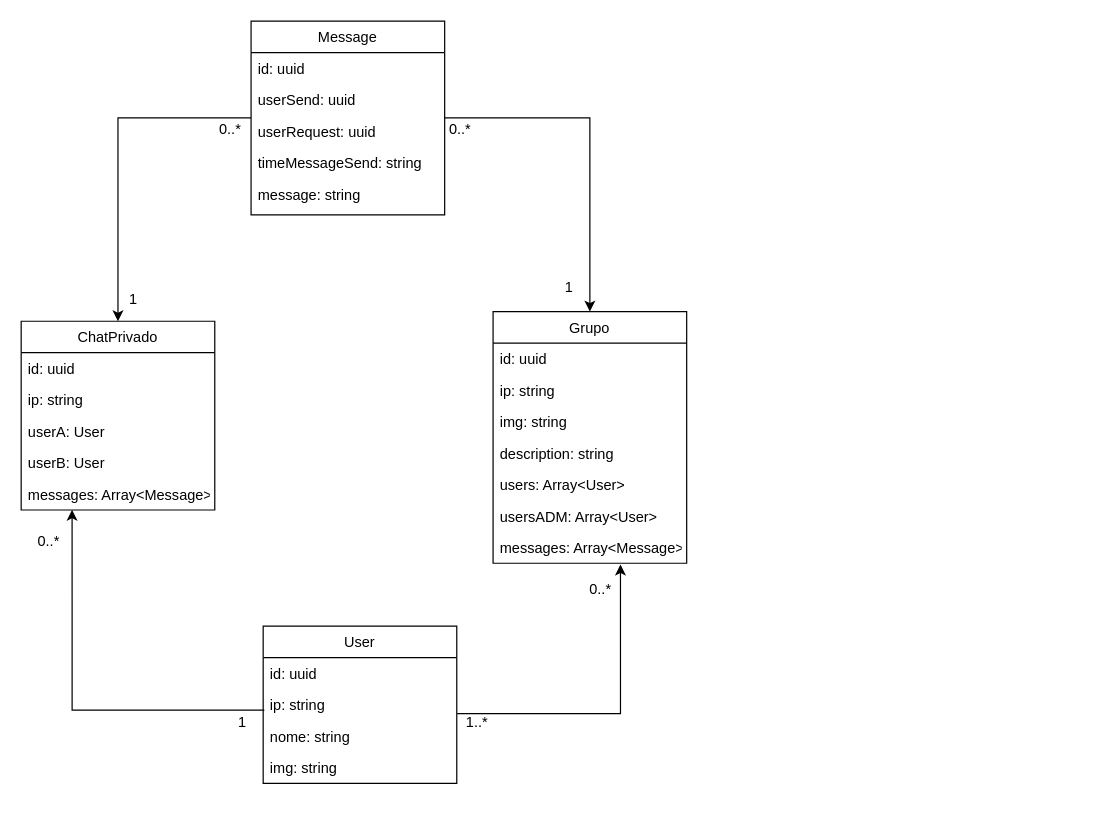
Earlier version of the draw.io diagram Diagrama sem nome.drawio (rafaelomodei/chat-socket). Source tidied: cells renumbered, new cells numbered last; positions are measured from the earlier drawing's top-left corner, leaving out a move shared by most shapes. Both pictures are drawn from the tidied source at 121%, with x=0, y=0 at pixel (21, 21).
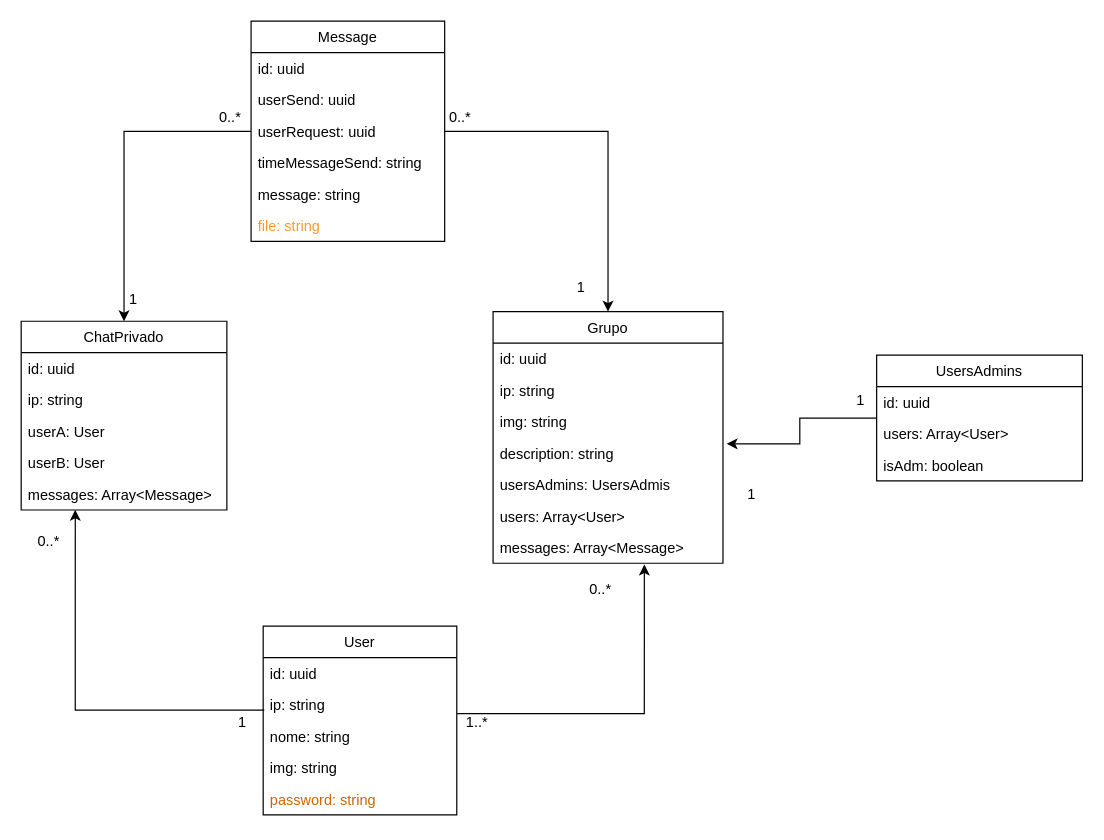
After the change.

What changed in the source:
```diff
@@
     <mxCell id="4" value="User" style="swimlane;fontStyle=0;align=center;verticalAlign=top;horizontal=1;startSize=26;rounded=0;shadow=0;strokeWidth=1;" parent="1" vertex="1">
-      <mxGeometry x="200" y="500" width="160" height="130" as="geometry" />
+      <mxGeometry x="200" y="500" width="160" height="156" as="geometry" />
     </mxCell>
@@
+    <mxCell id="39" value="password: string" style="text;align=left;verticalAlign=top;spacingLeft=4;spacingRight=4;overflow=hidden;fontColor=#CC6600;" parent="4" vertex="1">
+      <mxGeometry y="130" width="160" height="26" as="geometry" />
+    </mxCell>
     <mxCell id="9" value="ChatPrivado" style="swimlane;fontStyle=0;align=center;verticalAlign=top;horizontal=1;startSize=26;rounded=0;shadow=0;strokeWidth=1;" parent="1" vertex="1">
-      <mxGeometry y="248" width="160" height="156" as="geometry" />
+      <mxGeometry y="248" width="170" height="156" as="geometry" />
     </mxCell>
     <mxCell id="10" value="id: uuid" style="text;align=left;verticalAlign=top;spacingLeft=4;spacingRight=4;overflow=hidden;" parent="9" vertex="1">
-      <mxGeometry y="26" width="160" height="26" as="geometry" />
+      <mxGeometry y="26" width="170" height="26" as="geometry" />
     </mxCell>
     <mxCell id="11" value="ip: string" style="text;align=left;verticalAlign=top;spacingLeft=4;spacingRight=4;overflow=hidden;" parent="9" vertex="1">
-      <mxGeometry y="52" width="160" height="26" as="geometry" />
+      <mxGeometry y="52" width="170" height="26" as="geometry" />
     </mxCell>
     <mxCell id="12" value="userA: User" style="text;align=left;verticalAlign=top;spacingLeft=4;spacingRight=4;overflow=hidden;" parent="9" vertex="1">
-      <mxGeometry y="78" width="160" height="26" as="geometry" />
+      <mxGeometry y="78" width="170" height="26" as="geometry" />
     </mxCell>
     <mxCell id="13" value="userB: User" style="text;align=left;verticalAlign=top;spacingLeft=4;spacingRight=4;overflow=hidden;" parent="9" vertex="1">
-      <mxGeometry y="104" width="160" height="26" as="geometry" />
+      <mxGeometry y="104" width="170" height="26" as="geometry" />
     </mxCell>
     <mxCell id="14" value="messages: Array&lt;Message&gt;" style="text;align=left;verticalAlign=top;spacingLeft=4;spacingRight=4;overflow=hidden;points=[[0,0.5],[1,0.5]];portConstraint=eastwest;" parent="9" vertex="1">
-      <mxGeometry y="130" width="160" height="26" as="geometry" />
+      <mxGeometry y="130" width="170" height="26" as="geometry" />
     </mxCell>
@@
     <mxCell id="17" value="Message" style="swimlane;fontStyle=0;align=center;verticalAlign=top;horizontal=1;startSize=26;rounded=0;shadow=0;strokeWidth=1;" parent="1" vertex="1">
-      <mxGeometry x="190" width="160" height="160" as="geometry" />
+      <mxGeometry x="190" width="160" height="182" as="geometry" />
     </mxCell>
@@
+    <mxCell id="40" value="file: string" style="text;align=left;verticalAlign=top;spacingLeft=4;spacingRight=4;overflow=hidden;fontColor=#FF9933;" parent="17" vertex="1">
+      <mxGeometry y="156" width="160" height="26" as="geometry" />
+    </mxCell>
@@
     <mxCell id="26" value="0..*" style="text;html=1;strokeColor=none;fillColor=none;align=center;verticalAlign=middle;whiteSpace=wrap;rounded=0;" parent="1" vertex="1">
-      <mxGeometry x="160" y="80" width="26" height="20" as="geometry" />
+      <mxGeometry x="160" y="70" width="26" height="20" as="geometry" />
     </mxCell>
     <mxCell id="27" value="Grupo" style="swimlane;fontStyle=0;align=center;verticalAlign=top;horizontal=1;startSize=26;rounded=0;shadow=0;strokeWidth=1;" parent="1" vertex="1">
-      <mxGeometry x="390" y="240" width="160" height="208" as="geometry" />
+      <mxGeometry x="390" y="240" width="190" height="208" as="geometry" />
     </mxCell>
     <mxCell id="28" value="id: uuid" style="text;align=left;verticalAlign=top;spacingLeft=4;spacingRight=4;overflow=hidden;" parent="27" vertex="1">
-      <mxGeometry y="26" width="160" height="26" as="geometry" />
+      <mxGeometry y="26" width="190" height="26" as="geometry" />
     </mxCell>
     <mxCell id="29" value="ip: string" style="text;align=left;verticalAlign=top;spacingLeft=4;spacingRight=4;overflow=hidden;" parent="27" vertex="1">
-      <mxGeometry y="52" width="160" height="26" as="geometry" />
+      <mxGeometry y="52" width="190" height="26" as="geometry" />
     </mxCell>
     <mxCell id="30" value="img: string" style="text;align=left;verticalAlign=top;spacingLeft=4;spacingRight=4;overflow=hidden;" parent="27" vertex="1">
-      <mxGeometry y="78" width="160" height="26" as="geometry" />
+      <mxGeometry y="78" width="190" height="26" as="geometry" />
     </mxCell>
     <mxCell id="31" value="description: string" style="text;align=left;verticalAlign=top;spacingLeft=4;spacingRight=4;overflow=hidden;points=[[0,0.5],[1,0.5]];portConstraint=eastwest;" parent="27" vertex="1">
-      <mxGeometry y="104" width="160" height="26" as="geometry" />
+      <mxGeometry y="104" width="190" height="26" as="geometry" />
     </mxCell>
+    <mxCell id="33" value="usersAdmins: UsersAdmis" style="text;align=left;verticalAlign=top;spacingLeft=4;spacingRight=4;overflow=hidden;" parent="27" vertex="1">
+      <mxGeometry y="130" width="190" height="26" as="geometry" />
+    </mxCell>
     <mxCell id="32" value="users: Array&lt;User&gt;" style="text;align=left;verticalAlign=top;spacingLeft=4;spacingRight=4;overflow=hidden;" parent="27" vertex="1">
-      <mxGeometry y="130" width="160" height="26" as="geometry" />
+      <mxGeometry y="156" width="190" height="26" as="geometry" />
     </mxCell>
-    <mxCell id="33" value="usersADM: Array&lt;User&gt;" style="text;align=left;verticalAlign=top;spacingLeft=4;spacingRight=4;overflow=hidden;" parent="27" vertex="1">
-      <mxGeometry y="156" width="160" height="26" as="geometry" />
-    </mxCell>
     <mxCell id="34" value="messages: Array&lt;Message&gt;" style="text;align=left;verticalAlign=top;spacingLeft=4;spacingRight=4;overflow=hidden;points=[[0,0.5],[1,0.5]];portConstraint=eastwest;" parent="27" vertex="1">
-      <mxGeometry y="182" width="160" height="26" as="geometry" />
+      <mxGeometry y="182" width="190" height="26" as="geometry" />
     </mxCell>
@@
     <mxCell id="37" value="0..*" style="text;html=1;strokeColor=none;fillColor=none;align=center;verticalAlign=middle;whiteSpace=wrap;rounded=0;" parent="1" vertex="1">
-      <mxGeometry x="350" y="80" width="26" height="20" as="geometry" />
+      <mxGeometry x="350" y="70" width="26" height="20" as="geometry" />
     </mxCell>
     <mxCell id="38" value="1" style="text;html=1;strokeColor=none;fillColor=none;align=center;verticalAlign=middle;whiteSpace=wrap;rounded=0;" parent="1" vertex="1">
-      <mxGeometry x="440" y="210" width="26" height="20" as="geometry" />
+      <mxGeometry x="450" y="210" width="26" height="20" as="geometry" />
     </mxCell>
+    <mxCell id="41" style="edgeStyle=orthogonalEdgeStyle;rounded=0;jettySize=auto;html=1;entryX=1.016;entryY=0.204;entryDx=0;entryDy=0;entryPerimeter=0;fontColor=#CC6600;" parent="1" edge="1" source="42" target="31">
+      <mxGeometry relative="1" as="geometry" />
+    </mxCell>
+    <mxCell id="42" value="UsersAdmins" style="swimlane;fontStyle=0;align=center;verticalAlign=top;horizontal=1;startSize=26;rounded=0;shadow=0;strokeWidth=1;" parent="1" vertex="1">
+      <mxGeometry x="707" y="276" width="170" height="104" as="geometry" />
+    </mxCell>
+    <mxCell id="43" value="id: uuid" style="text;align=left;verticalAlign=top;spacingLeft=4;spacingRight=4;overflow=hidden;" parent="42" vertex="1">
+      <mxGeometry y="26" width="170" height="26" as="geometry" />
+    </mxCell>
+    <mxCell id="44" value="users: Array&lt;User&gt;" style="text;align=left;verticalAlign=top;spacingLeft=4;spacingRight=4;overflow=hidden;" parent="42" vertex="1">
+      <mxGeometry y="52" width="170" height="26" as="geometry" />
+    </mxCell>
+    <mxCell id="45" value="isAdm: boolean" style="text;align=left;verticalAlign=top;spacingLeft=4;spacingRight=4;overflow=hidden;" parent="42" vertex="1">
+      <mxGeometry y="78" width="170" height="26" as="geometry" />
+    </mxCell>
+    <mxCell id="46" value="1" style="text;html=1;strokeColor=none;fillColor=none;align=center;verticalAlign=middle;whiteSpace=wrap;rounded=0;" parent="1" vertex="1">
+      <mxGeometry x="591" y="381" width="26" height="20" as="geometry" />
+    </mxCell>
+    <mxCell id="47" value="1" style="text;html=1;strokeColor=none;fillColor=none;align=center;verticalAlign=middle;whiteSpace=wrap;rounded=0;" parent="1" vertex="1">
+      <mxGeometry x="681" y="304" width="26" height="20" as="geometry" />
+    </mxCell>
```
